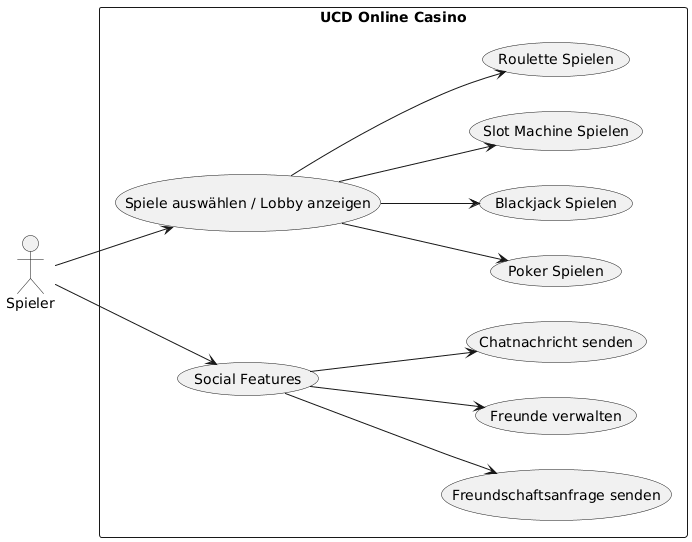
This is resources/UCD.png from FelixZannantoni/OnlineCasino, a PlantUML export, as it was before one commit.
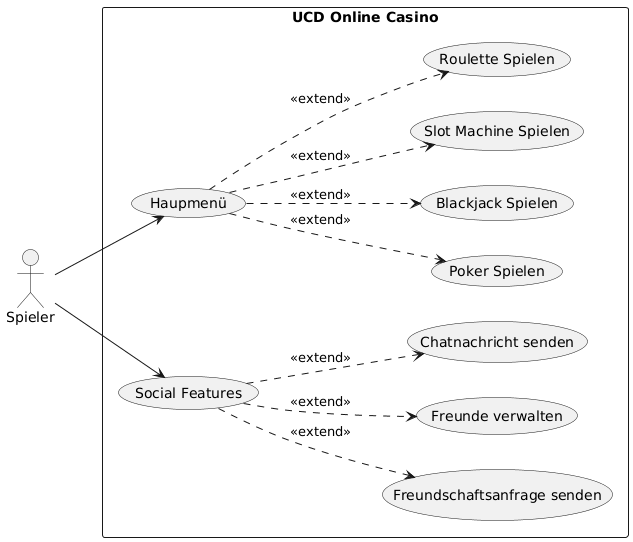
The same file after the commit.

Commit message:
renewed UCD and added code

Change to the diagram source:
```diff
@@ -2,19 +2,19 @@
 left to right direction
 
 rectangle "UCD Online Casino" {
-    (Spiele auswählen / Lobby anzeigen)
+    (Haupmenü)
     (Social Features)
 
-    (Spiele auswählen / Lobby anzeigen)-down->(Poker Spielen)
-    (Spiele auswählen / Lobby anzeigen)-down->(Blackjack Spielen)
-    (Spiele auswählen / Lobby anzeigen)-down->(Slot Machine Spielen)
-    (Spiele auswählen / Lobby anzeigen)-down->(Roulette Spielen)
+    (Haupmenü).down.>(Poker Spielen): <<extend>>
+    (Haupmenü).down.>(Blackjack Spielen): <<extend>>
+    (Haupmenü).down.>(Slot Machine Spielen): <<extend>>
+    (Haupmenü).down.>(Roulette Spielen): <<extend>>
 
-    (Social Features)-->(Freundschaftsanfrage senden)
-    (Social Features)-->(Freunde verwalten)
-    (Social Features)-->(Chatnachricht senden)
+    (Social Features)..>(Freundschaftsanfrage senden): <<extend>>
+    (Social Features)..>(Freunde verwalten): <<extend>>
+    (Social Features)..>(Chatnachricht senden): <<extend>>
 }
 
 Spieler --> (Social Features)
-Spieler --> (Spiele auswählen / Lobby anzeigen)
+Spieler --> (Haupmenü)
 @enduml
```
